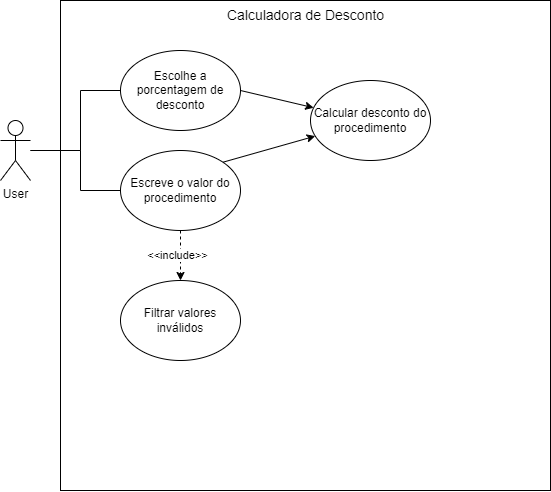
This is doc/userDiagram.png from Isaque-Claudino-dos-Santos/calculador_de_descontos, a draw.io export, as it was before one commit. Source tidied: cells renumbered, new cells last; positions are measured from the earlier drawing's top-left corner, leaving out a move shared by most shapes.
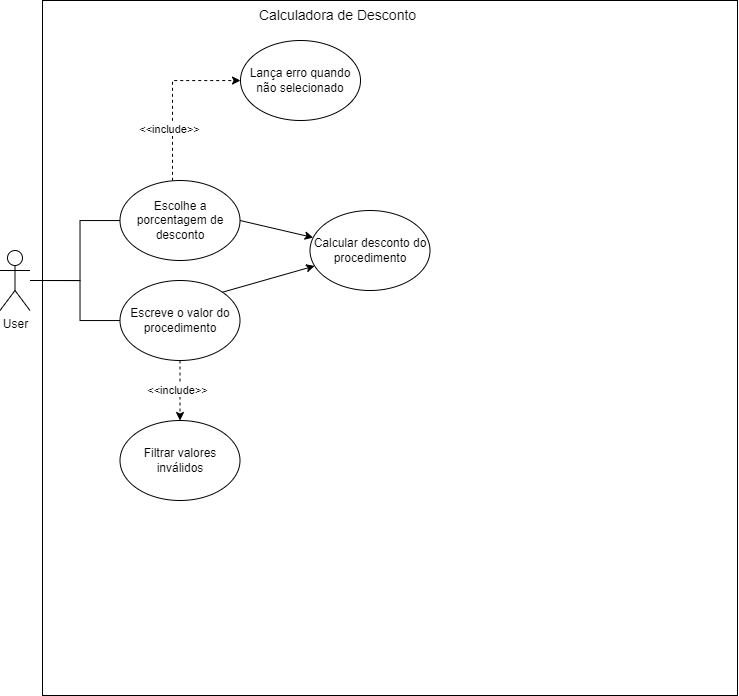
After the change.

Change to the diagram source:
```diff
@@ -3,7 +3,7 @@
     <mxCell id="0" />
     <mxCell id="1" parent="0" />
     <mxCell id="2" style="whiteSpace=wrap;html=1;" parent="1" vertex="1">
-      <mxGeometry x="60" width="490" height="490" as="geometry" />
+      <mxGeometry x="42.5" y="-130" width="695" height="695" as="geometry" />
     </mxCell>
     <mxCell id="3" style="edgeStyle=orthogonalEdgeStyle;rounded=0;jettySize=auto;html=1;endArrow=none;endFill=0;" parent="1" edge="1" target="7">
       <mxGeometry relative="1" as="geometry">
@@ -29,6 +29,16 @@
     <mxCell id="6" style="rounded=0;jettySize=auto;html=1;exitX=1;exitY=0.5;exitDx=0;exitDy=0;endArrow=classic;endFill=1;" parent="1" edge="1" source="7" target="14">
       <mxGeometry relative="1" as="geometry" />
     </mxCell>
+    <mxCell id="15" style="edgeStyle=orthogonalEdgeStyle;rounded=0;jettySize=auto;html=1;dashed=1;" parent="1" edge="1" source="7" target="17">
+      <mxGeometry relative="1" as="geometry">
+        <Array as="points">
+          <mxPoint x="172.5" y="-50" />
+        </Array>
+      </mxGeometry>
+    </mxCell>
+    <mxCell id="16" value="&amp;lt;&amp;lt;include&amp;gt;&amp;gt;" style="edgeLabel;html=1;align=center;verticalAlign=middle;" parent="15" vertex="1">
+      <mxGeometry x="-0.39" y="3" relative="1" as="geometry" />
+    </mxCell>
     <mxCell id="7" value="Escolhe a porcentagem de desconto" style="ellipse;whiteSpace=wrap;html=1;" parent="1" vertex="1">
       <mxGeometry x="120" y="50" width="120" height="80" as="geometry" />
     </mxCell>
@@ -47,13 +57,16 @@
       <mxGeometry x="120" y="150" width="120" height="80" as="geometry" />
     </mxCell>
     <mxCell id="12" value="Calculadora de Desconto" style="text;html=1;strokeColor=none;fillColor=none;align=center;verticalAlign=middle;whiteSpace=wrap;rounded=0;fontSize=14;" parent="1" vertex="1">
-      <mxGeometry x="212.5" width="185" height="30" as="geometry" />
+      <mxGeometry x="245" y="-130" width="185" height="30" as="geometry" />
     </mxCell>
     <mxCell id="13" value="Filtrar valores inválidos" style="ellipse;whiteSpace=wrap;html=1;" parent="1" vertex="1">
-      <mxGeometry x="120" y="280" width="120" height="80" as="geometry" />
+      <mxGeometry x="120" y="290" width="120" height="80" as="geometry" />
     </mxCell>
     <mxCell id="14" value="Calcular desconto do procedimento" style="ellipse;whiteSpace=wrap;html=1;" parent="1" vertex="1">
       <mxGeometry x="310" y="80" width="120" height="80" as="geometry" />
     </mxCell>
+    <mxCell id="17" value="Lança erro quando não selecionado" style="ellipse;whiteSpace=wrap;html=1;" parent="1" vertex="1">
+      <mxGeometry x="240.5" y="-90" width="120" height="80" as="geometry" />
+    </mxCell>
   </root>
 </mxGraphModel>
```
